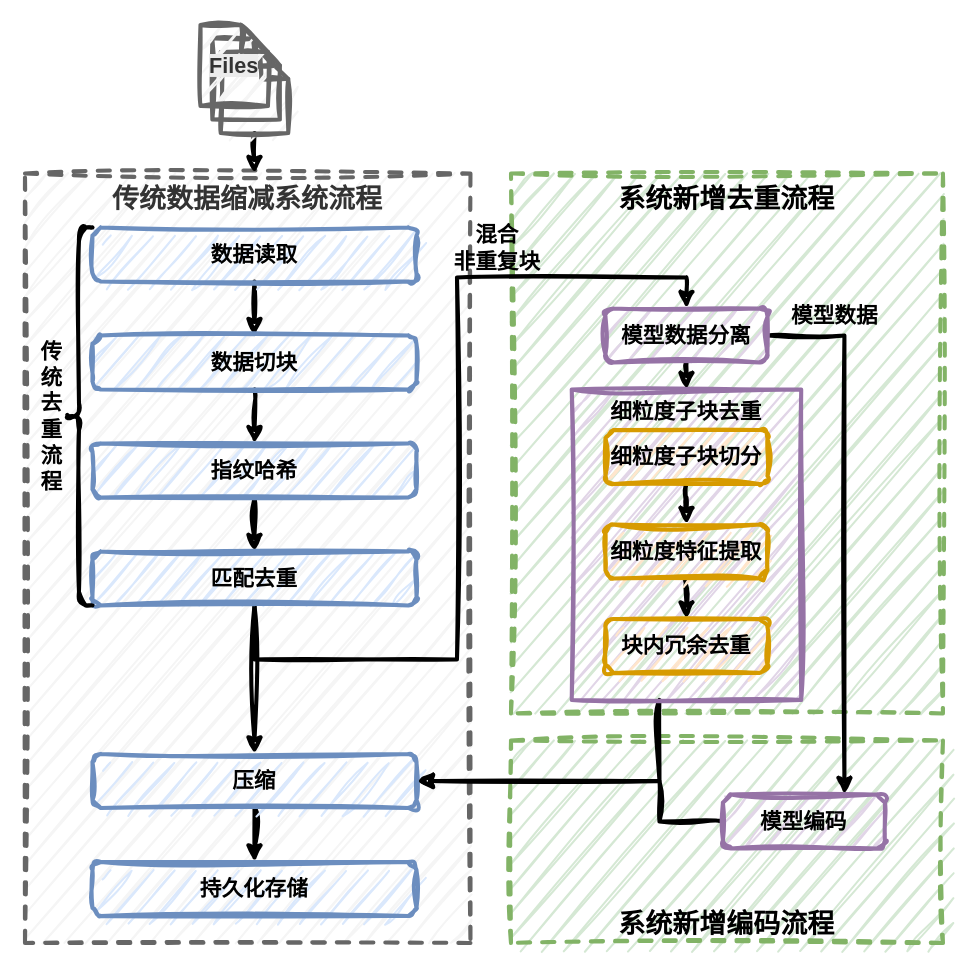
This is figures/0300overview.drawio from lucky6six/SJTU-lz, a draw.io file, before an edit. Source tidied: cells renumbered, new cells numbered last; positions are measured from the earlier drawing's top-left corner, leaving out a move shared by most shapes. Both pictures are drawn from the tidied source at 135%, with x=0, y=0 at pixel (24, 24).
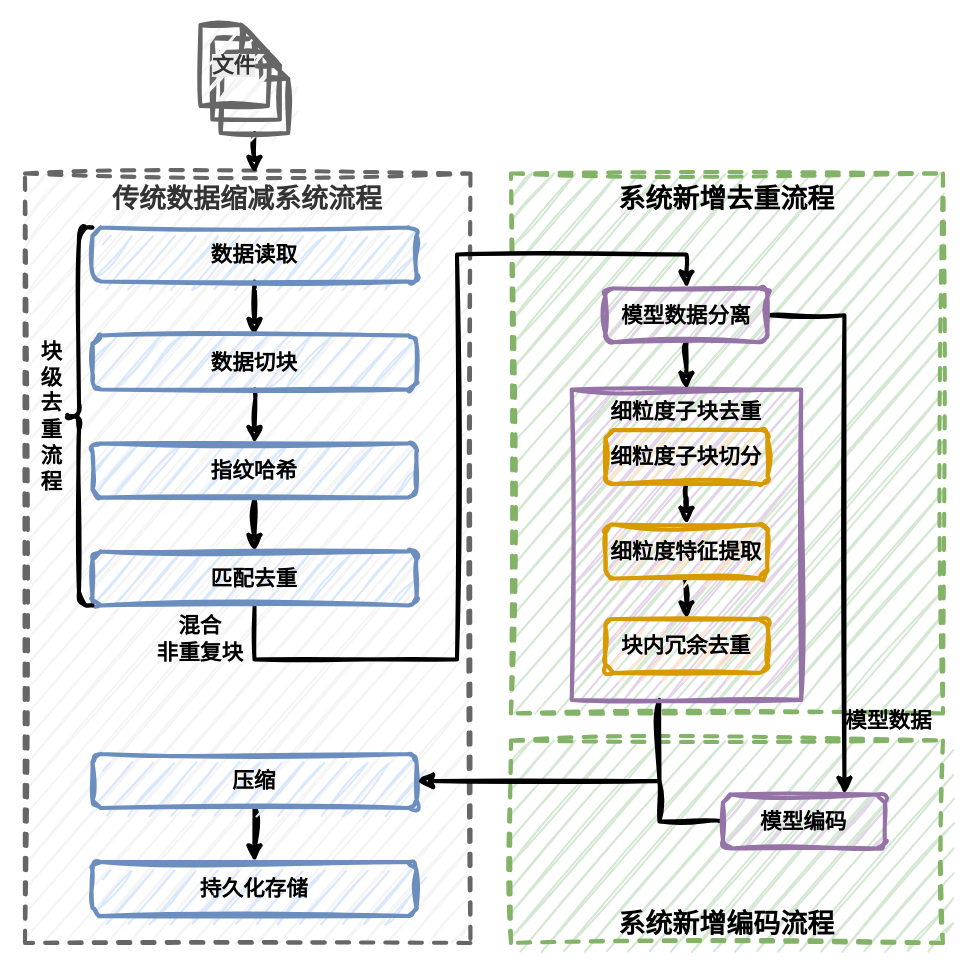
The same diagram, later.

The change refers to these unchanged cells:
```xml
<mxCell id="19" value="匹配去重" style="rounded=1;whiteSpace=wrap;html=1;fontSize=16;fontStyle=1;fillColor=#dae8fc;strokeColor=#6c8ebf;strokeWidth=3;sketch=1;curveFitting=1;jiggle=2;" parent="1" vertex="1">
  <mxGeometry x="50" y="390" width="240" height="40" as="geometry" />
</mxCell>
<mxCell id="21" value="压缩" style="rounded=1;whiteSpace=wrap;html=1;fontSize=16;fontStyle=1;fillColor=#dae8fc;strokeColor=#6c8ebf;strokeWidth=3;sketch=1;curveFitting=1;jiggle=2;" parent="1" vertex="1">
  <mxGeometry x="50" y="540" width="240" height="40" as="geometry" />
</mxCell>
```

The edit, as a diff of the source:
```diff
@@
-    <mxCell id="10" value="&lt;span style=&quot;color: rgb(51, 51, 51); font-family: Helvetica; font-style: normal; font-variant-ligatures: normal; font-variant-caps: normal; letter-spacing: normal; orphans: 2; text-align: center; text-indent: 0px; text-transform: none; widows: 2; word-spacing: 0px; -webkit-text-stroke-width: 0px; white-space: normal; background-color: rgb(236, 236, 236); text-decoration-thickness: initial; text-decoration-style: initial; text-decoration-color: initial; float: none; display: inline !important;&quot;&gt;Files&lt;/span&gt;" style="shape=note;size=20;whiteSpace=wrap;html=1;fillColor=#f5f5f5;fontColor=#333333;strokeColor=#666666;rounded=1;fontSize=16;fontStyle=1;strokeWidth=3;sketch=1;curveFitting=1;jiggle=2;" parent="1" vertex="1">
+    <mxCell id="10" value="&lt;span style=&quot;color: rgb(51, 51, 51); font-family: Helvetica; font-style: normal; font-variant-ligatures: normal; font-variant-caps: normal; letter-spacing: normal; orphans: 2; text-align: center; text-indent: 0px; text-transform: none; widows: 2; word-spacing: 0px; -webkit-text-stroke-width: 0px; white-space: normal; background-color: rgb(236, 236, 236); text-decoration-thickness: initial; text-decoration-style: initial; text-decoration-color: initial; float: none; display: inline !important;&quot;&gt;文件&lt;/span&gt;" style="shape=note;size=20;whiteSpace=wrap;html=1;fillColor=#f5f5f5;fontColor=#333333;strokeColor=#666666;rounded=1;fontSize=16;fontStyle=1;strokeWidth=3;sketch=1;curveFitting=1;jiggle=2;" parent="1" vertex="1">
       <mxGeometry x="130" width="50" height="60" as="geometry" />
     </mxCell>
@@
-    <mxCell id="17" style="edgeStyle=orthogonalEdgeStyle;rounded=0;jettySize=auto;html=1;fontSize=16;fontStyle=1;strokeWidth=3;sketch=1;curveFitting=1;jiggle=2;" parent="1" edge="1" source="19" target="21">
-      <mxGeometry relative="1" as="geometry" />
-    </mxCell>
     <mxCell id="18" style="edgeStyle=orthogonalEdgeStyle;rounded=0;jettySize=auto;html=1;entryX=0.5;entryY=0;entryDx=0;entryDy=0;fontSize=16;fontStyle=1;strokeWidth=3;sketch=1;curveFitting=1;jiggle=2;" parent="1" edge="1" source="19" target="25">
       <mxGeometry relative="1" as="geometry">
         <Array as="points">
           <mxPoint x="170" y="470" />
           <mxPoint x="320" y="470" />
-          <mxPoint x="320" y="187" />
-          <mxPoint x="490" y="187" />
+          <mxPoint x="320" y="170" />
+          <mxPoint x="490" y="170" />
         </Array>
       </mxGeometry>
     </mxCell>
@@
     <mxCell id="25" value="模型数据分离" style="rounded=1;whiteSpace=wrap;html=1;fontSize=16;fontStyle=1;fillColor=#e1d5e7;strokeColor=#9673a6;strokeWidth=3;sketch=1;curveFitting=1;jiggle=2;" parent="1" vertex="1">
-      <mxGeometry x="430" y="210" width="120" height="40" as="geometry" />
+      <mxGeometry x="430" y="195" width="120" height="40" as="geometry" />
     </mxCell>
@@
     <mxCell id="33" value="混合&lt;br&gt;非重复块" style="text;html=1;whiteSpace=wrap;strokeColor=none;fillColor=none;align=center;verticalAlign=middle;rounded=0;fontSize=16;fontStyle=1;strokeWidth=3;sketch=1;curveFitting=1;jiggle=2;" parent="1" vertex="1">
-      <mxGeometry x="310" y="150" width="80" height="30" as="geometry" />
+      <mxGeometry x="90" y="440" width="80" height="30" as="geometry" />
     </mxCell>
     <mxCell id="34" value="模型数据" style="text;html=1;whiteSpace=wrap;strokeColor=none;fillColor=none;align=center;verticalAlign=middle;rounded=0;fontSize=16;fontStyle=1;strokeWidth=3;sketch=1;curveFitting=1;jiggle=2;" parent="1" vertex="1">
-      <mxGeometry x="560" y="200" width="80" height="30" as="geometry" />
+      <mxGeometry x="600" y="500" width="80" height="30" as="geometry" />
     </mxCell>
@@
-    <mxCell id="36" value="传统去重流程" style="text;html=1;whiteSpace=wrap;strokeColor=none;fillColor=none;align=center;verticalAlign=middle;rounded=0;strokeWidth=2;fontSize=16;fontStyle=1;" parent="1" vertex="1">
+    <mxCell id="36" value="块级去重流程" style="text;html=1;whiteSpace=wrap;strokeColor=none;fillColor=none;align=center;verticalAlign=middle;rounded=0;strokeWidth=2;fontSize=16;fontStyle=1;" parent="1" vertex="1">
       <mxGeometry x="10" y="235" width="20" height="110" as="geometry" />
     </mxCell>
```
